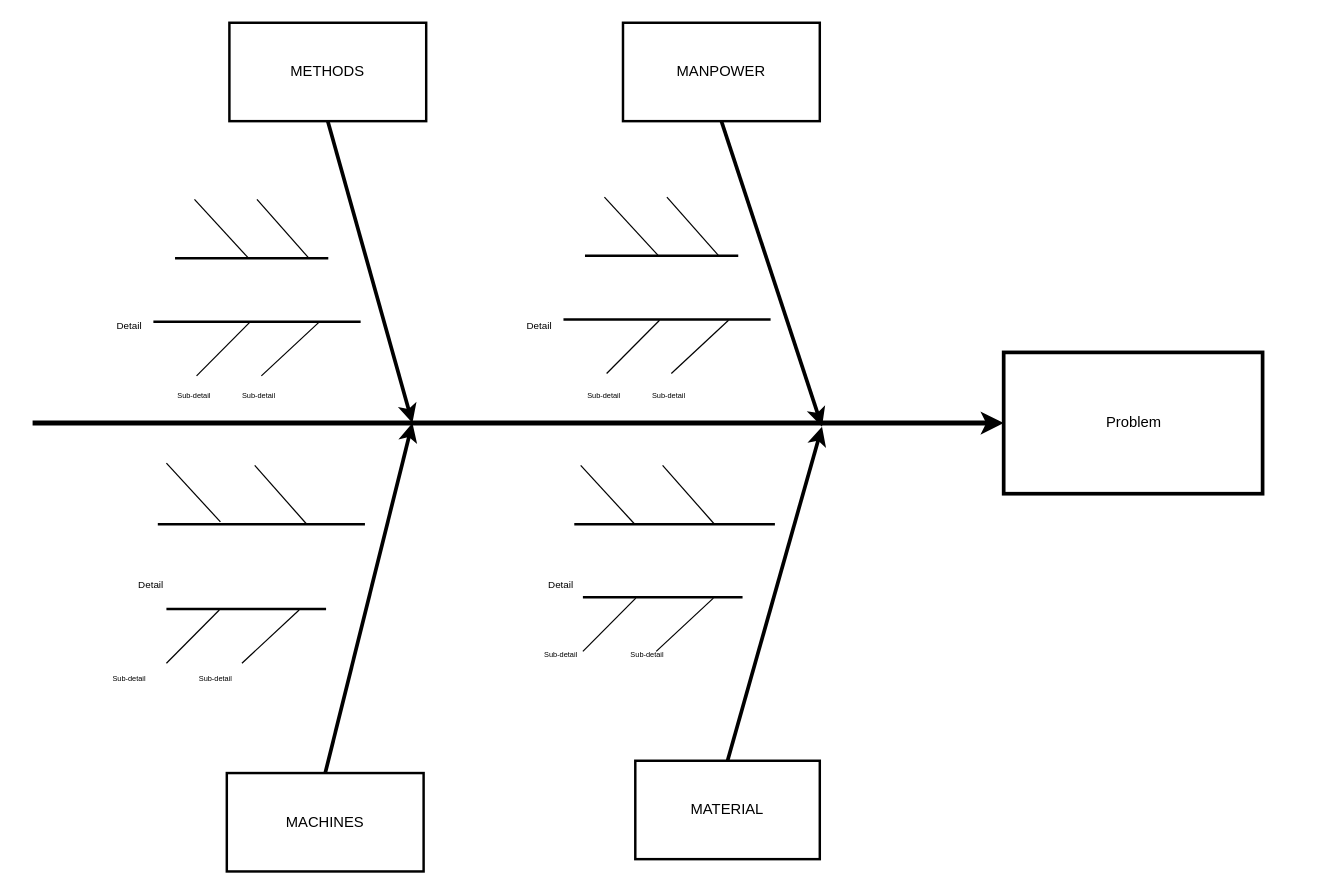
The draw.io diagram Ishikawa2.drawio in doyaoencab/draw.io, before the edit. Source tidied: cells renumbered, new cells numbered last; positions are measured from the earlier drawing's top-left corner, leaving out a move shared by most shapes. Both pictures are drawn from the tidied source at 123%, with x=0, y=0 at pixel (32, 22).
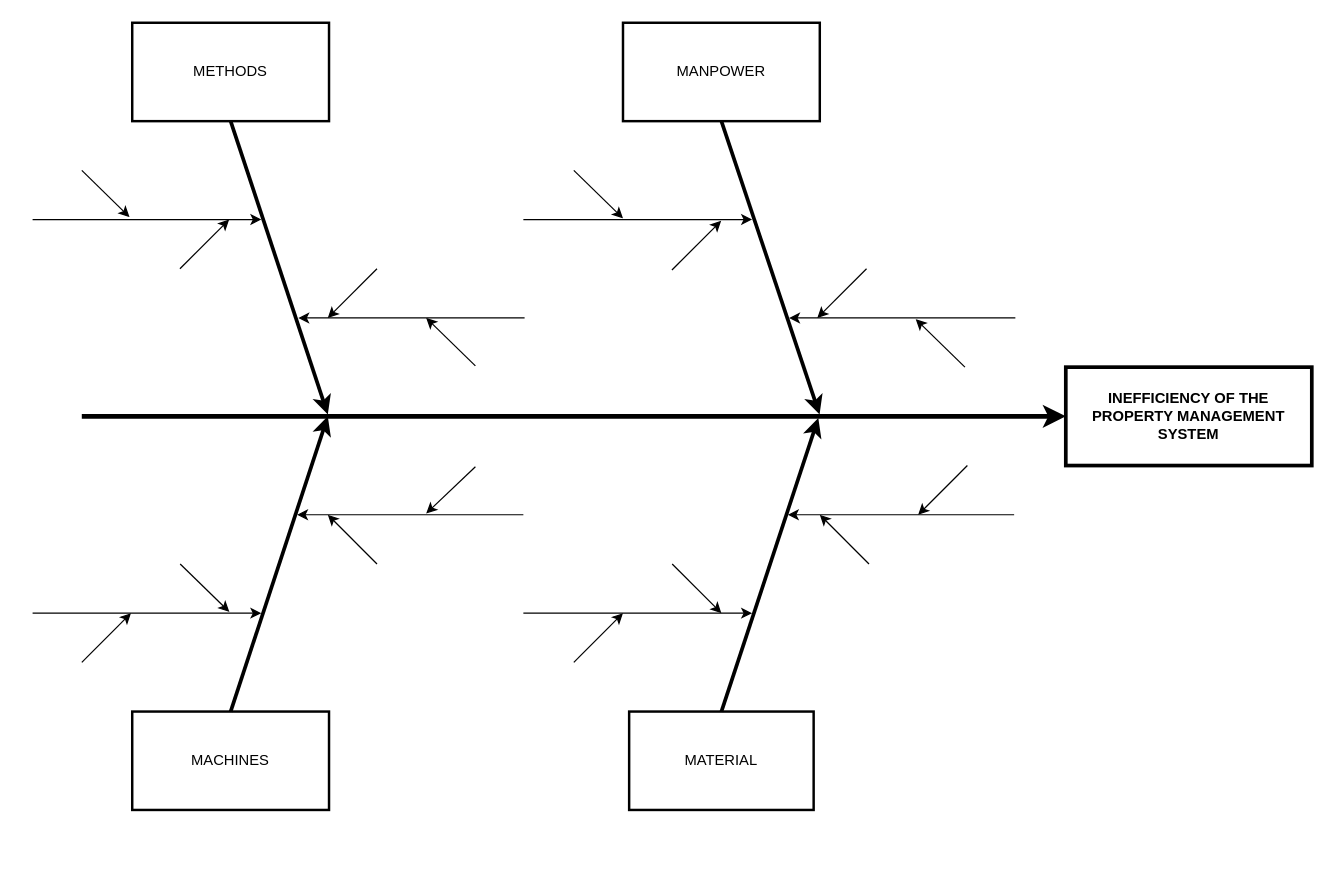
Above is the later version.

The change refers to these unchanged cells:
```xml
<mxCell id="14" value="MANPOWER" style="whiteSpace=wrap;strokeWidth=2;" parent="1" vertex="1">
  <mxGeometry x="480" width="160" height="80" as="geometry" />
</mxCell>
```

The edit, as a diff of the source:
```diff
@@
-    <mxCell id="2" value="Problem" style="whiteSpace=wrap;strokeWidth=3;" parent="1" vertex="1">
-      <mxGeometry x="789.5" y="268" width="210.5" height="114.9" as="geometry" />
+    <mxCell id="2" value="INEFFICIENCY OF THE PROPERTY MANAGEMENT SYSTEM" style="whiteSpace=wrap;strokeWidth=3;fontStyle=1;" parent="1" vertex="1">
+      <mxGeometry x="840" y="280" width="200" height="80" as="geometry" />
     </mxCell>
-    <mxCell id="3" style="edgeStyle=none;strokeWidth=4;" parent="1" edge="1" target="2">
+    <mxCell id="3" style="edgeStyle=none;strokeWidth=4;entryX=0;entryY=0.5;entryDx=0;entryDy=0;" parent="1" edge="1" target="2">
       <mxGeometry relative="1" as="geometry">
-        <mxPoint y="325.4" as="sourcePoint" />
+        <mxPoint x="40" y="320" as="sourcePoint" />
       </mxGeometry>
     </mxCell>
     <mxCell id="4" value="METHODS" style="whiteSpace=wrap;strokeWidth=2;" parent="1" vertex="1">
-      <mxGeometry x="160" width="160" height="80" as="geometry" />
+      <mxGeometry x="81" width="160" height="80" as="geometry" />
     </mxCell>
     <mxCell id="5" value="MACHINES" style="whiteSpace=wrap;strokeWidth=2;" parent="1" vertex="1">
-      <mxGeometry x="157.9" y="610" width="160" height="80" as="geometry" />
+      <mxGeometry x="81" y="560" width="160" height="80" as="geometry" />
     </mxCell>
-    <mxCell id="6" style="edgeStyle=none;exitX=0.5;exitY=1;strokeWidth=3;" parent="1" edge="1" source="4">
+    <mxCell id="6" style="edgeStyle=none;exitX=0.5;exitY=1;strokeWidth=3;exitDx=0;exitDy=0;" parent="1" edge="1" source="4">
       <mxGeometry relative="1" as="geometry">
-        <mxPoint x="308.8" y="325.4" as="targetPoint" />
+        <mxPoint x="240" y="318.4" as="targetPoint" />
       </mxGeometry>
     </mxCell>
-    <mxCell id="7" style="edgeStyle=none;exitX=0.5;exitY=0;strokeWidth=3;exitDx=0;exitDy=0;" parent="1" edge="1" source="5">
+    <mxCell id="7" style="edgeStyle=none;strokeWidth=3;exitX=0.5;exitY=0;exitDx=0;exitDy=0;" parent="1" edge="1" source="5">
       <mxGeometry relative="1" as="geometry">
-        <mxPoint x="308.8" y="325.4" as="targetPoint" />
+        <mxPoint x="240" y="320" as="targetPoint" />
       </mxGeometry>
     </mxCell>
-    <mxCell id="8" style="edgeStyle=none;endArrow=none;strokeWidth=2;" parent="1" edge="1">
-      <mxGeometry relative="1" as="geometry">
-        <mxPoint x="98.2" y="243.1" as="sourcePoint" />
-        <mxPoint x="266.7" y="243.1" as="targetPoint" />
-      </mxGeometry>
-    </mxCell>
-    <mxCell id="9" style="edgeStyle=none;endArrow=none;" parent="1" edge="1">
-      <mxGeometry relative="1" as="geometry">
-        <mxPoint x="186" y="287.1" as="sourcePoint" />
-        <mxPoint x="232.5" y="243.8" as="targetPoint" />
-      </mxGeometry>
-    </mxCell>
-    <mxCell id="10" style="edgeStyle=none;endArrow=none;" parent="1" edge="1">
-      <mxGeometry relative="1" as="geometry">
-        <mxPoint x="133.3" y="287.1" as="sourcePoint" />
-        <mxPoint x="176.3" y="243.8" as="targetPoint" />
-      </mxGeometry>
-    </mxCell>
-    <mxCell id="11" value="Detail" style="text;spacingTop=-5;fontSize=8;align=center;verticalAlign=middle;" parent="1" vertex="1">
-      <mxGeometry x="52.6" y="229.7" width="52.6" height="38.3" as="geometry" />
-    </mxCell>
-    <mxCell id="12" value="Sub-detail" style="text;spacingTop=-5;fontSize=6;align=center;verticalAlign=middle;" parent="1" vertex="1">
-      <mxGeometry x="105.3" y="287.1" width="52.6" height="38.3" as="geometry" />
-    </mxCell>
-    <mxCell id="13" value="Sub-detail" style="text;spacingTop=-5;fontSize=6;align=center;verticalAlign=middle;" parent="1" vertex="1">
-      <mxGeometry x="157.9" y="287.1" width="52.6" height="38.3" as="geometry" />
-    </mxCell>
@@
     <mxCell id="15" value="MATERIAL" style="whiteSpace=wrap;strokeWidth=2;" parent="1" vertex="1">
-      <mxGeometry x="490" y="600" width="150" height="80" as="geometry" />
+      <mxGeometry x="485" y="560" width="150" height="80" as="geometry" />
     </mxCell>
-    <mxCell id="16" style="edgeStyle=none;exitX=0.5;exitY=1;strokeWidth=3;" parent="1" edge="1" source="14">
+    <mxCell id="16" style="edgeStyle=none;strokeWidth=3;exitX=0.5;exitY=1;exitDx=0;exitDy=0;" parent="1" edge="1" source="14">
       <mxGeometry relative="1" as="geometry">
-        <mxPoint x="641.8" y="328.4" as="targetPoint" />
+        <mxPoint x="639.8" y="318.4" as="targetPoint" />
       </mxGeometry>
     </mxCell>
-    <mxCell id="17" style="edgeStyle=none;exitX=0.5;exitY=0;strokeWidth=3;exitDx=0;exitDy=0;" parent="1" edge="1" source="15">
+    <mxCell id="17" style="edgeStyle=none;strokeWidth=3;exitX=0.5;exitY=0;exitDx=0;exitDy=0;" parent="1" edge="1" source="15">
       <mxGeometry relative="1" as="geometry">
-        <mxPoint x="641.8" y="328.4" as="targetPoint" />
+        <mxPoint x="638.8" y="321.4" as="targetPoint" />
       </mxGeometry>
     </mxCell>
-    <mxCell id="18" style="edgeStyle=none;endArrow=none;strokeWidth=2;" parent="1" edge="1">
-      <mxGeometry relative="1" as="geometry">
-        <mxPoint x="115.8" y="191.4" as="sourcePoint" />
-        <mxPoint x="240.4" y="191.4" as="targetPoint" />
-      </mxGeometry>
-    </mxCell>
-    <mxCell id="19" style="endArrow=none;html=1;rounded=0;" parent="1" edge="1">
-      <mxGeometry relative="1" as="geometry">
-        <mxPoint x="131.6" y="143.6" as="sourcePoint" />
-        <mxPoint x="175.5" y="191.4" as="targetPoint" />
-      </mxGeometry>
-    </mxCell>
-    <mxCell id="20" style="endArrow=none;html=1;rounded=0;" parent="1" edge="1">
-      <mxGeometry relative="1" as="geometry">
-        <mxPoint x="182.4" y="143.6" as="sourcePoint" />
-        <mxPoint x="224.6" y="191.4" as="targetPoint" />
-      </mxGeometry>
-    </mxCell>
-    <mxCell id="21" style="edgeStyle=none;endArrow=none;strokeWidth=2;" parent="1" edge="1">
-      <mxGeometry relative="1" as="geometry">
-        <mxPoint x="108.8" y="476.7" as="sourcePoint" />
-        <mxPoint x="238.6" y="476.7" as="targetPoint" />
-      </mxGeometry>
-    </mxCell>
-    <mxCell id="22" style="edgeStyle=none;endArrow=none;" parent="1" edge="1">
-      <mxGeometry relative="1" as="geometry">
-        <mxPoint x="170.2" y="520.7" as="sourcePoint" />
-        <mxPoint x="216.7" y="477.4" as="targetPoint" />
-      </mxGeometry>
-    </mxCell>
-    <mxCell id="23" style="edgeStyle=none;endArrow=none;" parent="1" edge="1">
-      <mxGeometry relative="1" as="geometry">
-        <mxPoint x="108.8" y="520.7" as="sourcePoint" />
-        <mxPoint x="151.8" y="477.4" as="targetPoint" />
-      </mxGeometry>
-    </mxCell>
-    <mxCell id="24" value="Detail" style="text;spacingTop=-5;fontSize=8;align=center;verticalAlign=middle;" parent="1" vertex="1">
-      <mxGeometry x="70.2" y="440.3" width="52.6" height="38.3" as="geometry" />
-    </mxCell>
-    <mxCell id="25" value="Sub-detail" style="text;spacingTop=-5;fontSize=6;align=center;verticalAlign=middle;" parent="1" vertex="1">
-      <mxGeometry x="52.6" y="516.9" width="52.6" height="38.3" as="geometry" />
-    </mxCell>
-    <mxCell id="26" value="Sub-detail" style="text;spacingTop=-5;fontSize=6;align=center;verticalAlign=middle;" parent="1" vertex="1">
-      <mxGeometry x="122.8" y="516.9" width="52.6" height="38.3" as="geometry" />
-    </mxCell>
-    <mxCell id="27" style="edgeStyle=none;endArrow=none;strokeWidth=2;" parent="1" edge="1">
-      <mxGeometry relative="1" as="geometry">
-        <mxPoint x="101.8" y="407.7" as="sourcePoint" />
-        <mxPoint x="270.2" y="407.7" as="targetPoint" />
-      </mxGeometry>
-    </mxCell>
-    <mxCell id="28" style="endArrow=none;html=1;rounded=0;" parent="1" edge="1">
-      <mxGeometry relative="1" as="geometry">
-        <mxPoint x="108.8" y="358" as="sourcePoint" />
-        <mxPoint x="152.7" y="405.8" as="targetPoint" />
-      </mxGeometry>
-    </mxCell>
-    <mxCell id="29" style="endArrow=none;html=1;rounded=0;" parent="1" edge="1">
-      <mxGeometry relative="1" as="geometry">
-        <mxPoint x="180.6" y="359.9" as="sourcePoint" />
-        <mxPoint x="222.9" y="407.7" as="targetPoint" />
-      </mxGeometry>
-    </mxCell>
-    <mxCell id="30" style="edgeStyle=none;endArrow=none;strokeWidth=2;" parent="1" edge="1">
-      <mxGeometry relative="1" as="geometry">
-        <mxPoint x="447.4" y="467.1" as="sourcePoint" />
-        <mxPoint x="577.2" y="467.1" as="targetPoint" />
-      </mxGeometry>
-    </mxCell>
-    <mxCell id="31" style="edgeStyle=none;endArrow=none;" parent="1" edge="1">
-      <mxGeometry relative="1" as="geometry">
-        <mxPoint x="507" y="511.1" as="sourcePoint" />
-        <mxPoint x="553.5" y="467.8" as="targetPoint" />
-      </mxGeometry>
-    </mxCell>
-    <mxCell id="32" style="edgeStyle=none;endArrow=none;" parent="1" edge="1">
-      <mxGeometry relative="1" as="geometry">
-        <mxPoint x="447.4" y="511.1" as="sourcePoint" />
-        <mxPoint x="490.4" y="467.8" as="targetPoint" />
-      </mxGeometry>
-    </mxCell>
-    <mxCell id="33" value="Detail" style="text;spacingTop=-5;fontSize=8;align=center;verticalAlign=middle;" parent="1" vertex="1">
-      <mxGeometry x="403.5" y="440.3" width="52.6" height="38.3" as="geometry" />
-    </mxCell>
-    <mxCell id="34" value="Sub-detail" style="text;spacingTop=-5;fontSize=6;align=center;verticalAlign=middle;" parent="1" vertex="1">
-      <mxGeometry x="403.5" y="497.7" width="52.6" height="38.3" as="geometry" />
-    </mxCell>
-    <mxCell id="35" value="Sub-detail" style="text;spacingTop=-5;fontSize=6;align=center;verticalAlign=middle;" parent="1" vertex="1">
-      <mxGeometry x="473.7" y="497.7" width="52.6" height="38.3" as="geometry" />
-    </mxCell>
-    <mxCell id="36" style="edgeStyle=none;endArrow=none;strokeWidth=2;" parent="1" edge="1">
-      <mxGeometry relative="1" as="geometry">
-        <mxPoint x="440.4" y="407.7" as="sourcePoint" />
-        <mxPoint x="603.5" y="407.7" as="targetPoint" />
-      </mxGeometry>
-    </mxCell>
-    <mxCell id="37" style="endArrow=none;html=1;rounded=0;" parent="1" edge="1">
-      <mxGeometry relative="1" as="geometry">
-        <mxPoint x="445.6" y="359.9" as="sourcePoint" />
-        <mxPoint x="489.6" y="407.7" as="targetPoint" />
-      </mxGeometry>
-    </mxCell>
-    <mxCell id="38" style="endArrow=none;html=1;rounded=0;" parent="1" edge="1">
-      <mxGeometry relative="1" as="geometry">
-        <mxPoint x="512.2" y="359.9" as="sourcePoint" />
-        <mxPoint x="554.4" y="407.7" as="targetPoint" />
-      </mxGeometry>
-    </mxCell>
-    <mxCell id="39" style="edgeStyle=none;endArrow=none;strokeWidth=2;" parent="1" edge="1">
-      <mxGeometry relative="1" as="geometry">
-        <mxPoint x="431.6" y="241.2" as="sourcePoint" />
-        <mxPoint x="600" y="241.2" as="targetPoint" />
-      </mxGeometry>
-    </mxCell>
-    <mxCell id="40" style="edgeStyle=none;endArrow=none;" parent="1" edge="1">
-      <mxGeometry relative="1" as="geometry">
-        <mxPoint x="519.3" y="285.2" as="sourcePoint" />
-        <mxPoint x="565.8" y="241.9" as="targetPoint" />
-      </mxGeometry>
-    </mxCell>
-    <mxCell id="41" style="edgeStyle=none;endArrow=none;" parent="1" edge="1">
-      <mxGeometry relative="1" as="geometry">
-        <mxPoint x="466.7" y="285.2" as="sourcePoint" />
-        <mxPoint x="509.7" y="241.9" as="targetPoint" />
-      </mxGeometry>
-    </mxCell>
-    <mxCell id="42" value="Detail" style="text;spacingTop=-5;fontSize=8;align=center;verticalAlign=middle;" parent="1" vertex="1">
-      <mxGeometry x="386" y="229.7" width="52.6" height="38.3" as="geometry" />
-    </mxCell>
-    <mxCell id="43" value="Sub-detail" style="text;spacingTop=-5;fontSize=6;align=center;verticalAlign=middle;" parent="1" vertex="1">
-      <mxGeometry x="438.6" y="287.1" width="52.6" height="38.3" as="geometry" />
-    </mxCell>
-    <mxCell id="44" value="Sub-detail" style="text;spacingTop=-5;fontSize=6;align=center;verticalAlign=middle;" parent="1" vertex="1">
-      <mxGeometry x="491.2" y="287.1" width="52.6" height="38.3" as="geometry" />
-    </mxCell>
-    <mxCell id="45" style="edgeStyle=none;endArrow=none;strokeWidth=2;" parent="1" edge="1">
-      <mxGeometry relative="1" as="geometry">
-        <mxPoint x="449.1" y="189.5" as="sourcePoint" />
-        <mxPoint x="573.7" y="189.5" as="targetPoint" />
-      </mxGeometry>
-    </mxCell>
-    <mxCell id="46" style="endArrow=none;html=1;rounded=0;" parent="1" edge="1">
-      <mxGeometry relative="1" as="geometry">
-        <mxPoint x="464.9" y="141.7" as="sourcePoint" />
-        <mxPoint x="508.9" y="189.5" as="targetPoint" />
-      </mxGeometry>
-    </mxCell>
-    <mxCell id="47" style="endArrow=none;html=1;rounded=0;" parent="1" edge="1">
-      <mxGeometry relative="1" as="geometry">
-        <mxPoint x="515.7" y="141.7" as="sourcePoint" />
-        <mxPoint x="557.9" y="189.5" as="targetPoint" />
-      </mxGeometry>
-    </mxCell>
+    <mxCell id="48" style="endArrow=classic;html=1;rounded=0;" parent="1" edge="1">
+      <mxGeometry relative="1" as="geometry">
+        <mxPoint x="360" y="279" as="sourcePoint" />
+        <mxPoint x="320" y="240" as="targetPoint" />
+      </mxGeometry>
+    </mxCell>
+    <mxCell id="49" style="endArrow=classic;html=1;rounded=0;" parent="1" edge="1">
+      <mxGeometry relative="1" as="geometry">
+        <mxPoint x="119.8" y="200" as="sourcePoint" />
+        <mxPoint x="159.8" y="160" as="targetPoint" />
+      </mxGeometry>
+    </mxCell>
+    <mxCell id="50" style="endArrow=classic;html=1;rounded=0;" parent="1" edge="1">
+      <mxGeometry relative="1" as="geometry">
+        <mxPoint x="280" y="200" as="sourcePoint" />
+        <mxPoint x="240" y="240" as="targetPoint" />
+      </mxGeometry>
+    </mxCell>
+    <mxCell id="51" style="endArrow=classic;html=1;rounded=0;" parent="1" edge="1">
+      <mxGeometry relative="1" as="geometry">
+        <mxPoint x="40" y="120" as="sourcePoint" />
+        <mxPoint x="78.8" y="158" as="targetPoint" />
+      </mxGeometry>
+    </mxCell>
+    <mxCell id="52" style="endArrow=classic;html=1;rounded=0;" parent="1" edge="1">
+      <mxGeometry relative="1" as="geometry">
+        <mxPoint x="519.8" y="201" as="sourcePoint" />
+        <mxPoint x="559.8" y="161" as="targetPoint" />
+      </mxGeometry>
+    </mxCell>
+    <mxCell id="53" style="endArrow=classic;html=1;rounded=0;" parent="1" edge="1">
+      <mxGeometry relative="1" as="geometry">
+        <mxPoint x="440" y="120" as="sourcePoint" />
+        <mxPoint x="480" y="159" as="targetPoint" />
+      </mxGeometry>
+    </mxCell>
+    <mxCell id="54" style="endArrow=classic;html=1;rounded=0;" parent="1" edge="1">
+      <mxGeometry relative="1" as="geometry">
+        <mxPoint x="758" y="280" as="sourcePoint" />
+        <mxPoint x="718" y="241" as="targetPoint" />
+      </mxGeometry>
+    </mxCell>
+    <mxCell id="55" style="endArrow=classic;html=1;rounded=0;" parent="1" edge="1">
+      <mxGeometry relative="1" as="geometry">
+        <mxPoint x="678" y="200" as="sourcePoint" />
+        <mxPoint x="638" y="240" as="targetPoint" />
+      </mxGeometry>
+    </mxCell>
+    <mxCell id="56" style="endArrow=classic;html=1;rounded=0;" parent="1" edge="1">
+      <mxGeometry relative="1" as="geometry">
+        <mxPoint x="120" y="440" as="sourcePoint" />
+        <mxPoint x="160" y="479" as="targetPoint" />
+      </mxGeometry>
+    </mxCell>
+    <mxCell id="57" style="endArrow=classic;html=1;rounded=0;" parent="1" edge="1">
+      <mxGeometry relative="1" as="geometry">
+        <mxPoint x="40" y="520" as="sourcePoint" />
+        <mxPoint x="80" y="480" as="targetPoint" />
+      </mxGeometry>
+    </mxCell>
+    <mxCell id="58" style="endArrow=classic;html=1;rounded=0;" parent="1" edge="1">
+      <mxGeometry relative="1" as="geometry">
+        <mxPoint x="360" y="361" as="sourcePoint" />
+        <mxPoint x="320" y="399" as="targetPoint" />
+      </mxGeometry>
+    </mxCell>
+    <mxCell id="59" style="endArrow=classic;html=1;rounded=0;" parent="1" edge="1">
+      <mxGeometry relative="1" as="geometry">
+        <mxPoint x="280" y="440" as="sourcePoint" />
+        <mxPoint x="240" y="400" as="targetPoint" />
+      </mxGeometry>
+    </mxCell>
+    <mxCell id="60" style="endArrow=classic;html=1;rounded=0;" parent="1" edge="1">
+      <mxGeometry relative="1" as="geometry">
+        <mxPoint x="520" y="440" as="sourcePoint" />
+        <mxPoint x="560" y="480" as="targetPoint" />
+      </mxGeometry>
+    </mxCell>
+    <mxCell id="61" style="endArrow=classic;html=1;rounded=0;" parent="1" edge="1">
+      <mxGeometry relative="1" as="geometry">
+        <mxPoint x="440" y="520" as="sourcePoint" />
+        <mxPoint x="480" y="480" as="targetPoint" />
+      </mxGeometry>
+    </mxCell>
+    <mxCell id="62" style="endArrow=classic;html=1;rounded=0;" parent="1" edge="1">
+      <mxGeometry relative="1" as="geometry">
+        <mxPoint x="760" y="360" as="sourcePoint" />
+        <mxPoint x="720" y="400" as="targetPoint" />
+      </mxGeometry>
+    </mxCell>
+    <mxCell id="63" style="endArrow=classic;html=1;rounded=0;" parent="1" edge="1">
+      <mxGeometry relative="1" as="geometry">
+        <mxPoint x="680" y="440" as="sourcePoint" />
+        <mxPoint x="640" y="400" as="targetPoint" />
+      </mxGeometry>
+    </mxCell>
+    <mxCell id="64" style="endArrow=classic;html=1;rounded=0;fontStyle=1;" parent="1" edge="1">
+      <mxGeometry relative="1" as="geometry">
+        <mxPoint y="160" as="sourcePoint" />
+        <mxPoint x="186" y="160" as="targetPoint" />
+      </mxGeometry>
+    </mxCell>
+    <mxCell id="65" style="endArrow=classic;html=1;rounded=0;" parent="1" edge="1">
+      <mxGeometry relative="1" as="geometry">
+        <mxPoint y="480" as="sourcePoint" />
+        <mxPoint x="186" y="480" as="targetPoint" />
+      </mxGeometry>
+    </mxCell>
+    <mxCell id="66" style="endArrow=classic;html=1;rounded=0;" parent="1" edge="1">
+      <mxGeometry relative="1" as="geometry">
+        <mxPoint x="400" y="240" as="sourcePoint" />
+        <mxPoint x="216" y="240" as="targetPoint" />
+      </mxGeometry>
+    </mxCell>
+    <mxCell id="67" style="endArrow=classic;html=1;rounded=0;" parent="1" edge="1">
+      <mxGeometry relative="1" as="geometry">
+        <mxPoint x="399" y="400" as="sourcePoint" />
+        <mxPoint x="215" y="400" as="targetPoint" />
+      </mxGeometry>
+    </mxCell>
+    <mxCell id="68" style="endArrow=classic;html=1;rounded=0;fontStyle=1;" parent="1" edge="1">
+      <mxGeometry relative="1" as="geometry">
+        <mxPoint x="399" y="160" as="sourcePoint" />
+        <mxPoint x="585" y="160" as="targetPoint" />
+      </mxGeometry>
+    </mxCell>
+    <mxCell id="69" style="endArrow=classic;html=1;rounded=0;" parent="1" edge="1">
+      <mxGeometry relative="1" as="geometry">
+        <mxPoint x="799" y="240" as="sourcePoint" />
+        <mxPoint x="615" y="240" as="targetPoint" />
+      </mxGeometry>
+    </mxCell>
+    <mxCell id="70" style="endArrow=classic;html=1;rounded=0;fontStyle=1;" parent="1" edge="1">
+      <mxGeometry relative="1" as="geometry">
+        <mxPoint x="399" y="480" as="sourcePoint" />
+        <mxPoint x="585" y="480" as="targetPoint" />
+      </mxGeometry>
+    </mxCell>
+    <mxCell id="71" style="endArrow=classic;html=1;rounded=0;" parent="1" edge="1">
+      <mxGeometry relative="1" as="geometry">
+        <mxPoint x="798" y="400" as="sourcePoint" />
+        <mxPoint x="614" y="400" as="targetPoint" />
+      </mxGeometry>
+    </mxCell>
```
